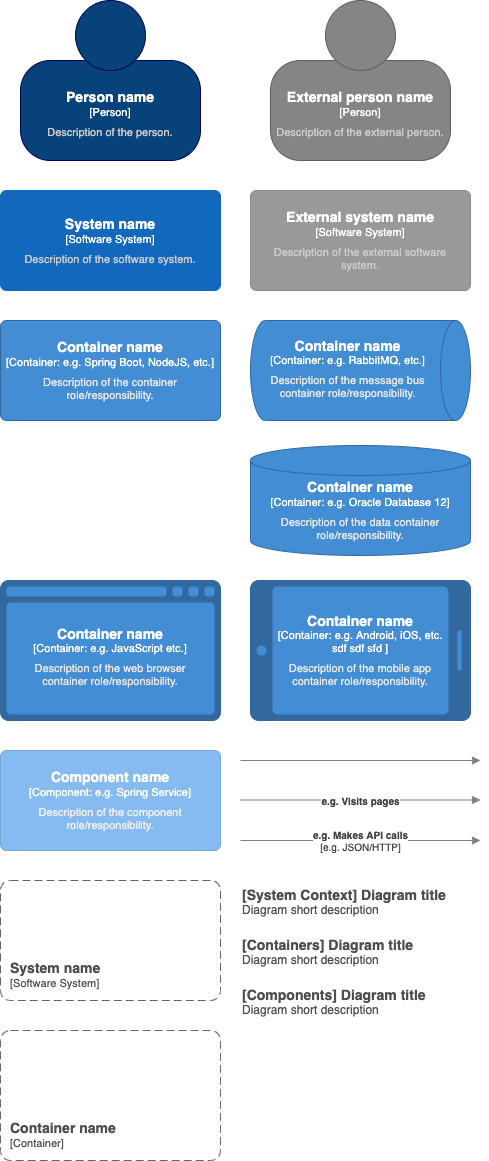
This is Vanilla-C4.png from eatHikeCodeRepeat-Work/vanilla-c4, a draw.io export, as it was before one commit. Source tidied: cells renumbered, new cells last; positions are measured from the earlier drawing's top-left corner, leaving out a move shared by most shapes.
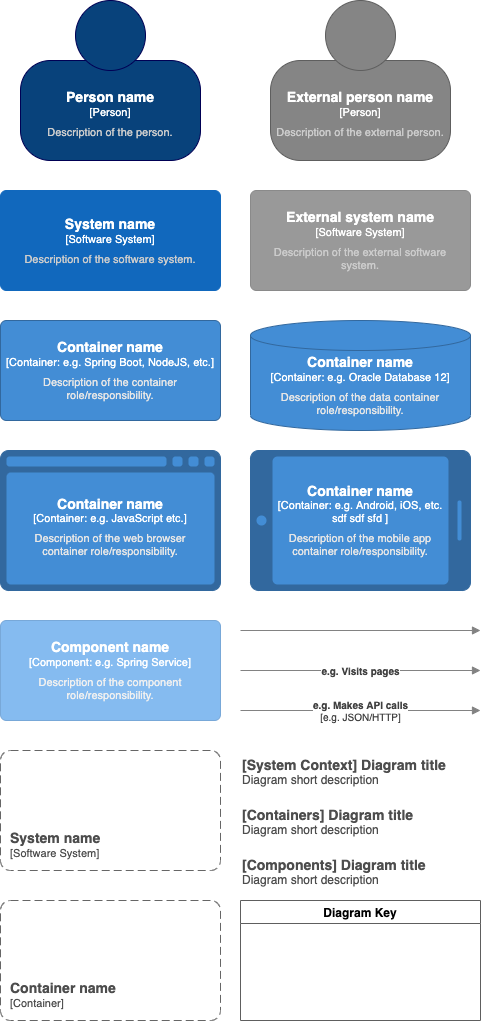
Above is the later version.

The edit, as a diff of the source:
```diff
@@ -4,39 +4,34 @@
     <mxCell id="1" parent="0" />
     <object id="2" label="&lt;font style=&quot;font-size: 14px&quot;&gt;&lt;b&gt;%A_NAME%&lt;/b&gt;&lt;/font&gt;&lt;br&gt;&lt;div&gt;&lt;font style=&quot;font-size: 11px&quot;&gt;[Person]&lt;/font&gt;&lt;/div&gt;&lt;div style=&quot;font-size: 6px&quot;&gt;&lt;br&gt;&lt;/div&gt;&lt;div style=&quot;font-size: 11px&quot;&gt;&lt;font color=&quot;#CCCCCC&quot;&gt;%B_DESCRIPTION%&lt;/font&gt;&lt;/div&gt;" A_NAME="Person name" B_DESCRIPTION="Description of the person." placeholders="1">
       <mxCell style="shape=(stored shape, 344 characters);whiteSpace=wrap;html=1;rounded=1;fontColor=#ffffff;strokeColor=#000054;spacing=5;spacingTop=65;arcSize=30;fillColor=#08427B;" parent="1" vertex="1">
-        <mxGeometry x="20" width="180" height="160" as="geometry" />
+        <mxGeometry x="20" y="130" width="180" height="160" as="geometry" />
       </mxCell>
     </object>
     <object id="3" label="&lt;font style=&quot;font-size: 14px&quot;&gt;&lt;b&gt;%A_NAME%&lt;/b&gt;&lt;/font&gt;&lt;br&gt;&lt;div&gt;&lt;font style=&quot;font-size: 11px&quot;&gt;[Person]&lt;/font&gt;&lt;/div&gt;&lt;div style=&quot;font-size: 6px&quot;&gt;&lt;br&gt;&lt;/div&gt;&lt;div style=&quot;font-size: 11px&quot;&gt;&lt;font color=&quot;#CCCCCC&quot;&gt;%B_DESCRIPTION%&lt;/font&gt;&lt;/div&gt;" A_NAME="External person name" B_DESCRIPTION="Description of the external person." placeholders="1">
       <mxCell style="shape=(stored shape, 344 characters);whiteSpace=wrap;html=1;rounded=1;fontColor=#ffffff;spacing=5;spacingTop=65;arcSize=30;fillColor=#858585;strokeColor=#5E5E5E;" parent="1" vertex="1">
-        <mxGeometry x="270" width="180" height="160" as="geometry" />
+        <mxGeometry x="270" y="130" width="180" height="160" as="geometry" />
       </mxCell>
     </object>
     <object id="4" label="&lt;font style=&quot;font-size: 14px&quot;&gt;&lt;b&gt;%A_NAME%&lt;/b&gt;&lt;/font&gt;&lt;br&gt;&lt;div&gt;&lt;font style=&quot;font-size: 11px&quot;&gt;[Software System]&lt;/font&gt;&lt;/div&gt;&lt;div style=&quot;font-size: 6px&quot;&gt;&lt;br&gt;&lt;/div&gt;&lt;div style=&quot;font-size: 11px&quot;&gt;&lt;font color=&quot;#CCCCCC&quot;&gt;%B_DESCRIPTION%&lt;/font&gt;&lt;/div&gt;" A_NAME="System name" B_DESCRIPTION="Description of the software system." placeholders="1">
       <mxCell style="rounded=1;whiteSpace=wrap;html=1;fontColor=#ffffff;arcSize=6;movableLabel=0;imageWidth=24;spacing=5;fillColor=#1168BD;strokeColor=#1168BD;" parent="1" vertex="1">
-        <mxGeometry y="190" width="220" height="100" as="geometry" />
+        <mxGeometry y="320" width="220" height="100" as="geometry" />
       </mxCell>
     </object>
     <object id="5" label="&lt;font style=&quot;font-size: 14px&quot;&gt;&lt;b&gt;%A_NAME%&lt;/b&gt;&lt;/font&gt;&lt;br&gt;&lt;div&gt;&lt;font style=&quot;font-size: 11px&quot;&gt;[Software System]&lt;/font&gt;&lt;/div&gt;&lt;div style=&quot;font-size: 6px&quot;&gt;&lt;br&gt;&lt;/div&gt;&lt;div style=&quot;font-size: 11px&quot;&gt;&lt;font color=&quot;#CCCCCC&quot;&gt;%B_DESCRIPTION%&lt;/font&gt;&lt;/div&gt;" A_NAME="External system name" B_DESCRIPTION="Description of the external software system." placeholders="1">
       <mxCell style="rounded=1;whiteSpace=wrap;html=1;fontColor=#ffffff;arcSize=6;movableLabel=0;imageWidth=24;spacing=5;fillColor=#999999;strokeColor=#8A8A8A;" parent="1" vertex="1">
-        <mxGeometry x="250" y="190" width="220" height="100" as="geometry" />
+        <mxGeometry x="250" y="320" width="220" height="100" as="geometry" />
       </mxCell>
     </object>
     <object id="6" label="&lt;font style=&quot;font-size: 14px&quot;&gt;&lt;b&gt;&lt;font style=&quot;font-size: 14px&quot;&gt;&lt;span&gt;%A_NAME%&lt;/span&gt;&lt;/font&gt;&lt;/b&gt;&lt;/font&gt;&lt;br&gt;&lt;div&gt;&lt;font style=&quot;font-size: 11px&quot;&gt;[Container: %B_TECHNOLOGY%]&lt;/font&gt;&lt;/div&gt;&lt;div style=&quot;font-size: 6px&quot;&gt;&lt;br&gt;&lt;/div&gt;&lt;div style=&quot;font-size: 11px&quot;&gt;&lt;font color=&quot;#E6E6E6&quot;&gt;%C_DESCRIPTION%&lt;/font&gt;&lt;/div&gt;" A_NAME="Container name" B_TECHNOLOGY="e.g. Spring Boot, NodeJS, etc." C_DESCRIPTION="Description of the container role/responsibility." placeholders="1">
       <mxCell style="rounded=1;whiteSpace=wrap;html=1;fontColor=#ffffff;arcSize=6;movableLabel=0;align=center;spacing=5;fillColor=#438DD5;strokeColor=#32689E;" parent="1" vertex="1">
-        <mxGeometry y="320" width="220" height="100" as="geometry" />
+        <mxGeometry y="450" width="220" height="100" as="geometry" />
       </mxCell>
     </object>
     <object id="7" label="&lt;font style=&quot;font-size: 14px&quot;&gt;&lt;b&gt;&lt;font style=&quot;font-size: 14px&quot;&gt;&lt;span&gt;%A_NAME%&lt;/span&gt;&lt;/font&gt;&lt;/b&gt;&lt;/font&gt;&lt;br&gt;&lt;div&gt;&lt;font style=&quot;font-size: 11px&quot;&gt;[Container: %B_TECHNOLOGY%]&lt;/font&gt;&lt;/div&gt;&lt;div style=&quot;font-size: 6px&quot;&gt;&lt;br&gt;&lt;/div&gt;&lt;div style=&quot;font-size: 11px&quot;&gt;&lt;font color=&quot;#E6E6E6&quot;&gt;%C_DESCRIPTION%&lt;/font&gt;&lt;/div&gt;" A_NAME="Container name" B_TECHNOLOGY="e.g. Oracle Database 12" C_DESCRIPTION="Description of the data container role/responsibility." placeholders="1">
       <mxCell style="shape=cylinder3;whiteSpace=wrap;html=1;boundedLbl=1;backgroundOutline=1;size=15;rounded=1;fontColor=#ffffff;arcSize=6;align=center;spacing=5;spacingTop=-5;verticalAlign=middle;fillColor=#438DD5;strokeColor=#32689E;" parent="1" vertex="1">
-        <mxGeometry x="250" y="445" width="220" height="110" as="geometry" />
+        <mxGeometry x="250" y="450" width="220" height="110" as="geometry" />
       </mxCell>
     </object>
-    <object id="8" label="&lt;font style=&quot;font-size: 14px&quot; color=&quot;#FFFFFF&quot;&gt;&lt;b&gt;&lt;font style=&quot;font-size: 14px&quot;&gt;&lt;span&gt;%A_NAME%&lt;/span&gt;&lt;/font&gt;&lt;/b&gt;&lt;/font&gt;&lt;font color=&quot;#FFFFFF&quot;&gt;&lt;br&gt;&lt;/font&gt;&lt;div&gt;&lt;font style=&quot;font-size: 11px&quot; color=&quot;#FFFFFF&quot;&gt;[Container: %B_TECHNOLOGY%]&lt;/font&gt;&lt;/div&gt;&lt;div style=&quot;font-size: 6px&quot;&gt;&lt;font color=&quot;#FFFFFF&quot;&gt;&lt;br&gt;&lt;/font&gt;&lt;/div&gt;&lt;div style=&quot;font-size: 11px&quot; align=&quot;center&quot;&gt;&lt;font color=&quot;#E6E6E6&quot;&gt;%C_DESCRIPTION%&lt;/font&gt;&lt;/div&gt;" A_NAME="Container name" B_TECHNOLOGY="e.g. RabbitMQ, etc." C_DESCRIPTION="Description of the message bus container role/responsibility." placeholders="1">
-      <mxCell style="shape=cylinder3;whiteSpace=wrap;html=1;boundedLbl=1;backgroundOutline=0;size=15;fontFamily=Helvetica;fontSize=11;fontColor=#ffffff;rounded=1;spacing=5;spacingTop=-5;arcSize=6;rotation=90;textDirection=ltr;verticalAlign=middle;horizontal=0;fillColor=#438DD5;strokeColor=#32689E;" parent="1" vertex="1">
-        <mxGeometry x="310" y="260" width="100" height="220" as="geometry" />
-      </mxCell>
-    </object>
     <object id="9" label="&lt;font style=&quot;font-size: 14px&quot; color=&quot;#FFFFFF&quot;&gt;&lt;b&gt;&lt;font style=&quot;font-size: 14px&quot;&gt;&lt;span&gt;%A_NAME%&lt;/span&gt;&lt;/font&gt;&lt;/b&gt;&lt;/font&gt;&lt;font color=&quot;#FFFFFF&quot;&gt;&lt;br&gt;&lt;/font&gt;&lt;div&gt;&lt;font style=&quot;font-size: 11px&quot; color=&quot;#FFFFFF&quot;&gt;[Container: %B_TECHNOLOGY%]&lt;/font&gt;&lt;/div&gt;&lt;div style=&quot;font-size: 6px&quot;&gt;&lt;font color=&quot;#FFFFFF&quot;&gt;&lt;br&gt;&lt;/font&gt;&lt;/div&gt;&lt;div style=&quot;font-size: 11px&quot;&gt;&lt;font color=&quot;#E6E6E6&quot;&gt;%C_DESCRIPTION%&lt;/font&gt;&lt;/div&gt;" A_NAME="Container name" B_TECHNOLOGY="e.g. JavaScript etc." C_DESCRIPTION="Description of the web browser container role/responsibility." placeholders="1">
       <mxCell style="shape=(stored shape, 440 characters);whiteSpace=wrap;html=1;spacingTop=12;strokeColor=#666666;fontFamily=Helvetica;fontSize=11;fontColor=#4D4D4D;spacing=5;spacingLeft=8;spacingRight=8;gradientColor=none;fillColor=#438DD5;" parent="1" vertex="1">
         <mxGeometry y="580" width="220" height="140" as="geometry" />
@@ -52,6 +47,20 @@
         <mxGeometry y="750" width="220" height="100" as="geometry" />
       </mxCell>
     </object>
+    <mxCell id="20" style="endArrow=block;html=1;fontSize=10;fontColor=#404040;strokeColor=#828282;strokeWidth=1;endFill=1;jumpSize=14;jumpStyle=arc;" parent="1" edge="1">
+      <mxGeometry relative="1" as="geometry">
+        <mxPoint x="240" y="760" as="sourcePoint" />
+        <mxPoint x="480" y="760" as="targetPoint" />
+      </mxGeometry>
+    </mxCell>
+    <object id="13" label="&lt;div&gt;&lt;b&gt;%A_DESCRIPTION%&lt;/b&gt;&lt;br&gt;&lt;/div&gt;" A_DESCRIPTION="e.g. Visits pages" placeholders="1">
+      <mxCell style="endArrow=block;html=1;fontSize=10;fontColor=#404040;strokeWidth=1;endFill=1;strokeColor=#828282;elbow=vertical;backgroundOutline=0;jumpStyle=arc;jumpSize=14;" parent="1" edge="1">
+        <mxGeometry relative="1" as="geometry">
+          <mxPoint x="240" y="800" as="sourcePoint" />
+          <mxPoint x="480" y="800" as="targetPoint" />
+        </mxGeometry>
+      </mxCell>
+    </object>
     <object id="12" label="&lt;div&gt;&lt;b&gt;%A_DESCRIPTION%&lt;/b&gt;&lt;br&gt;&lt;/div&gt;&lt;div&gt;[%B_TECHNOLOGY%]&lt;/div&gt;" A_DESCRIPTION="e.g. Makes API calls" B_TECHNOLOGY="e.g. JSON/HTTP" placeholders="1">
       <mxCell style="endArrow=block;html=1;fontSize=10;fontColor=#404040;strokeWidth=1;endFill=1;strokeColor=#828282;elbow=vertical;jumpStyle=arc;jumpSize=14;" parent="1" edge="1">
         <mxGeometry relative="1" as="geometry">
@@ -60,25 +69,16 @@
         </mxGeometry>
       </mxCell>
     </object>
-    <object id="13" label="&lt;div&gt;&lt;b&gt;%A_DESCRIPTION%&lt;/b&gt;&lt;br&gt;&lt;/div&gt;" A_DESCRIPTION="e.g. Visits pages" placeholders="1">
-      <mxCell style="endArrow=block;html=1;fontSize=10;fontColor=#404040;strokeWidth=1;endFill=1;strokeColor=#828282;elbow=vertical;backgroundOutline=0;jumpStyle=arc;jumpSize=14;" parent="1" edge="1">
-        <mxGeometry relative="1" as="geometry">
-          <mxPoint x="240" y="799.5" as="sourcePoint" />
-          <mxPoint x="480" y="799.5" as="targetPoint" />
-        </mxGeometry>
-      </mxCell>
-    </object>
-    <mxCell id="14" style="endArrow=block;html=1;fontSize=10;fontColor=#404040;strokeColor=#828282;strokeWidth=1;endFill=1;jumpSize=14;jumpStyle=arc;" parent="1" edge="1">
-      <mxGeometry relative="1" as="geometry">
-        <mxPoint x="240" y="760" as="sourcePoint" />
-        <mxPoint x="480" y="760" as="targetPoint" />
-      </mxGeometry>
-    </mxCell>
     <object id="15" label="&lt;div style=&quot;font-size: 14px&quot; align=&quot;left&quot;&gt;&lt;font style=&quot;font-size: 14px&quot; color=&quot;#4D4D4D&quot;&gt;&lt;b&gt;%A_NAME%&lt;br&gt;&lt;/b&gt;&lt;/font&gt;&lt;/div&gt;&lt;div align=&quot;left&quot;&gt;&lt;font style=&quot;font-size: 11px&quot; color=&quot;#4D4D4D&quot;&gt;[Software System]&lt;/font&gt;&lt;/div&gt;" A_NAME="System name" placeholders="1">
       <mxCell style="rounded=1;whiteSpace=wrap;html=1;dashed=1;arcSize=20;fillColor=none;strokeColor=#666666;fontColor=#333333;labelBackgroundColor=none;align=left;verticalAlign=bottom;labelBorderColor=none;spacingTop=0;spacing=10;dashPattern=8 4;perimeter=rectanglePerimeter;noLabel=0;labelPadding=0;absoluteArcSize=1;" parent="1" vertex="1">
         <mxGeometry y="880" width="220" height="120" as="geometry" />
       </mxCell>
     </object>
+    <object id="19" label="&lt;div style=&quot;font-size: 14px&quot; align=&quot;left&quot;&gt;&lt;font style=&quot;font-size: 14px&quot; color=&quot;#4D4D4D&quot;&gt;&lt;b&gt;%A_NAME%&lt;br&gt;&lt;/b&gt;&lt;/font&gt;&lt;/div&gt;&lt;div align=&quot;left&quot;&gt;&lt;font style=&quot;font-size: 11px&quot; color=&quot;#4D4D4D&quot;&gt;[Container]&lt;/font&gt;&lt;/div&gt;" A_NAME="Container name" placeholders="1">
+      <mxCell style="rounded=1;whiteSpace=wrap;html=1;dashed=1;arcSize=20;fillColor=none;strokeColor=#666666;fontColor=#333333;labelBackgroundColor=none;align=left;verticalAlign=bottom;labelBorderColor=none;spacingTop=0;spacing=10;dashPattern=8 4;perimeter=rectanglePerimeter;noLabel=0;labelPadding=0;absoluteArcSize=1;" parent="1" vertex="1">
+        <mxGeometry y="1030" width="220" height="120" as="geometry" />
+      </mxCell>
+    </object>
     <object id="16" label="&lt;div&gt;&lt;font color=&quot;#4D4D4D&quot;&gt;&lt;b&gt;&lt;font style=&quot;font-size: 14px&quot;&gt;[System Context] %A_C1_DIAGRAM_NAME%&lt;br&gt;&lt;/font&gt;&lt;/b&gt;&lt;/font&gt;&lt;/div&gt;&lt;div&gt;&lt;font style=&quot;font-size: 12px&quot; color=&quot;#4D4D4D&quot;&gt;%B_C1_DIAGRAM_DESCRIPTION%&lt;br&gt;&lt;/font&gt;&lt;/div&gt;" A_C1_DIAGRAM_NAME="Diagram title" B_C1_DIAGRAM_DESCRIPTION="Diagram short description" placeholders="1">
       <mxCell style="text;html=1;strokeColor=none;fillColor=none;align=left;verticalAlign=top;whiteSpace=wrap;rounded=0;" parent="1" vertex="1">
         <mxGeometry x="240" y="880" width="240" height="40" as="geometry" />
@@ -94,10 +94,8 @@
         <mxGeometry x="240" y="980" width="240" height="40" as="geometry" />
       </mxCell>
     </object>
-    <object id="19" label="&lt;div style=&quot;font-size: 14px&quot; align=&quot;left&quot;&gt;&lt;font style=&quot;font-size: 14px&quot; color=&quot;#4D4D4D&quot;&gt;&lt;b&gt;%A_NAME%&lt;br&gt;&lt;/b&gt;&lt;/font&gt;&lt;/div&gt;&lt;div align=&quot;left&quot;&gt;&lt;font style=&quot;font-size: 11px&quot; color=&quot;#4D4D4D&quot;&gt;[Container]&lt;/font&gt;&lt;/div&gt;" A_NAME="Container name" placeholders="1">
-      <mxCell style="rounded=1;whiteSpace=wrap;html=1;dashed=1;arcSize=20;fillColor=none;strokeColor=#666666;fontColor=#333333;labelBackgroundColor=none;align=left;verticalAlign=bottom;labelBorderColor=none;spacingTop=0;spacing=10;dashPattern=8 4;perimeter=rectanglePerimeter;noLabel=0;labelPadding=0;absoluteArcSize=1;" parent="1" vertex="1">
-        <mxGeometry y="1030" width="220" height="130" as="geometry" />
-      </mxCell>
-    </object>
+    <mxCell id="21" value="Diagram Key" style="swimlane;strokeColor=#5E5E5E;gradientColor=none;fillColor=#FFFFFF;" parent="1" vertex="1">
+      <mxGeometry x="240" y="1030" width="240" height="120" as="geometry" />
+    </mxCell>
   </root>
 </mxGraphModel>
```
